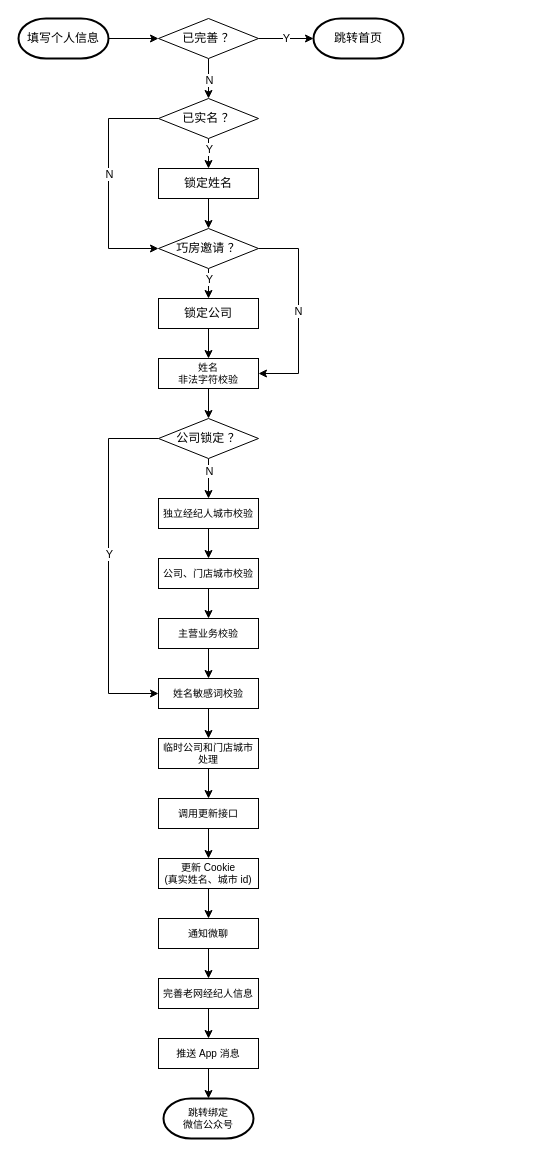
This is 58/注册-完善信息.drawio from Y130/draw.io, a draw.io file, before an edit. Source tidied: cells renumbered, new cells numbered last; positions are measured from the earlier drawing's top-left corner, leaving out a move shared by most shapes. Both pictures are drawn from the tidied source at 100%, with x=0, y=0 at pixel (18, 18).
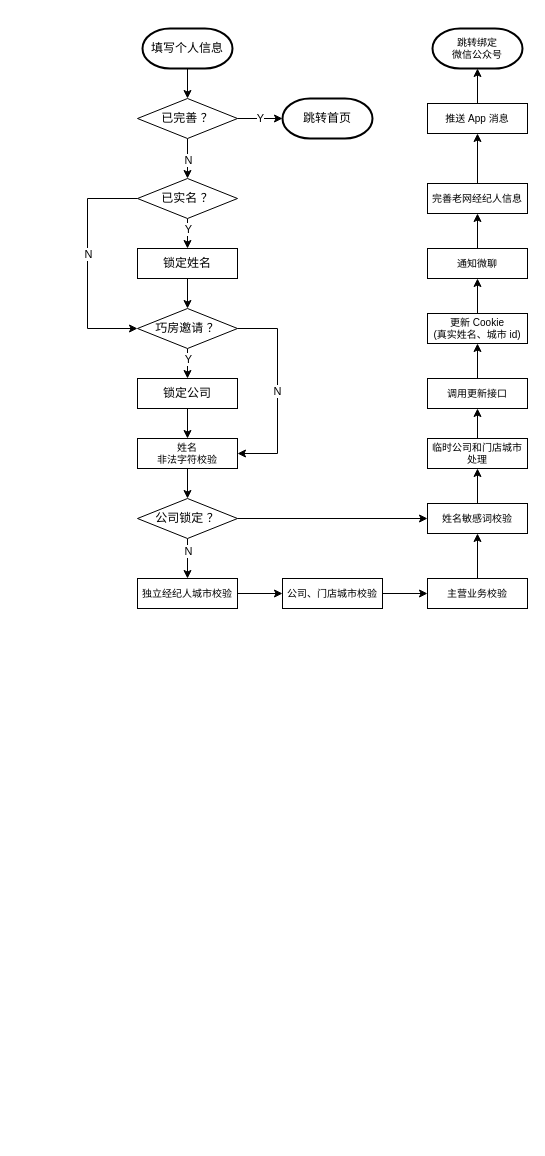
The same page after the edit.

Commit message (it also covers changes not shown here):
更新注册-完善信息.drawio

Diff of the diagram source:
```diff
@@
-<mxGraphModel>
+<mxGraphModel background="#ffffff">
@@
-    <mxCell id="2" style="edgeStyle=orthogonalEdgeStyle;rounded=0;jettySize=auto;html=1;entryX=0;entryY=0.5;entryDx=0;entryDy=0;" parent="1" edge="1" source="3" target="8">
+    <mxCell id="2" style="edgeStyle=orthogonalEdgeStyle;rounded=0;jettySize=auto;html=1;" parent="1" edge="1" source="3" target="8">
       <mxGeometry relative="1" as="geometry" />
     </mxCell>
     <mxCell id="3" value="填写个人信息" style="strokeWidth=2;html=1;shape=mxgraph.flowchart.terminator;whiteSpace=wrap;" parent="1" vertex="1">
-      <mxGeometry width="90" height="40" as="geometry" />
+      <mxGeometry x="124" y="10" width="90" height="40" as="geometry" />
     </mxCell>
@@
     <mxCell id="8" value="已完善 ？" style="rhombus;whiteSpace=wrap;html=1;" parent="1" vertex="1">
-      <mxGeometry x="140" width="100" height="40" as="geometry" />
+      <mxGeometry x="119" y="80" width="100" height="40" as="geometry" />
     </mxCell>
     <mxCell id="9" value="跳转首页" style="strokeWidth=2;html=1;shape=mxgraph.flowchart.terminator;whiteSpace=wrap;" parent="1" vertex="1">
-      <mxGeometry x="295" width="90" height="40" as="geometry" />
+      <mxGeometry x="264" y="80" width="90" height="40" as="geometry" />
     </mxCell>
@@
     <mxCell id="12" style="edgeStyle=orthogonalEdgeStyle;rounded=0;jettySize=auto;html=1;entryX=0;entryY=0.5;entryDx=0;entryDy=0;" parent="1" edge="1" source="14" target="20">
       <mxGeometry relative="1" as="geometry">
         <Array as="points">
-          <mxPoint x="90" y="100" />
-          <mxPoint x="90" y="230" />
+          <mxPoint x="69" y="180" />
+          <mxPoint x="69" y="310" />
         </Array>
       </mxGeometry>
     </mxCell>
@@
     <mxCell id="14" value="已实名 ？" style="rhombus;whiteSpace=wrap;html=1;" parent="1" vertex="1">
-      <mxGeometry x="140" y="80" width="100" height="40" as="geometry" />
+      <mxGeometry x="119" y="160" width="100" height="40" as="geometry" />
     </mxCell>
@@
     <mxCell id="16" value="锁定姓名" style="rounded=0;whiteSpace=wrap;html=1;" parent="1" vertex="1">
-      <mxGeometry x="140" y="150" width="100" height="30" as="geometry" />
+      <mxGeometry x="119" y="230" width="100" height="30" as="geometry" />
     </mxCell>
@@
     <mxCell id="19" value="N" style="edgeStyle=orthogonalEdgeStyle;rounded=0;jettySize=auto;html=1;entryX=1;entryY=0.5;entryDx=0;entryDy=0;exitX=1;exitY=0.5;exitDx=0;exitDy=0;" parent="1" edge="1" source="20" target="24">
       <mxGeometry relative="1" as="geometry">
         <Array as="points">
-          <mxPoint x="280" y="230" />
-          <mxPoint x="280" y="355" />
+          <mxPoint x="259" y="310" />
+          <mxPoint x="259" y="435" />
         </Array>
       </mxGeometry>
     </mxCell>
     <mxCell id="20" value="巧房邀请 ？" style="rhombus;whiteSpace=wrap;html=1;" parent="1" vertex="1">
-      <mxGeometry x="140" y="210" width="100" height="40" as="geometry" />
+      <mxGeometry x="119" y="290" width="100" height="40" as="geometry" />
     </mxCell>
@@
     <mxCell id="22" value="锁定公司" style="rounded=0;whiteSpace=wrap;html=1;" parent="1" vertex="1">
-      <mxGeometry x="140" y="280" width="100" height="30" as="geometry" />
+      <mxGeometry x="119" y="360" width="100" height="30" as="geometry" />
     </mxCell>
@@
     <mxCell id="24" value="姓名&lt;br style=&quot;font-size: 10px;&quot;&gt;非法字符校验" style="rounded=0;whiteSpace=wrap;html=1;fontSize=10;" parent="1" vertex="1">
-      <mxGeometry x="140" y="340" width="100" height="30" as="geometry" />
+      <mxGeometry x="119" y="420" width="100" height="30" as="geometry" />
     </mxCell>
-    <mxCell id="25" style="edgeStyle=orthogonalEdgeStyle;rounded=0;jettySize=auto;html=1;entryX=0.5;entryY=0;entryDx=0;entryDy=0;" parent="1" edge="1" source="26" target="33">
+    <mxCell id="25" style="edgeStyle=orthogonalEdgeStyle;rounded=0;jettySize=auto;html=1;entryX=0;entryY=0.5;entryDx=0;entryDy=0;" parent="1" edge="1" source="26" target="33">
       <mxGeometry relative="1" as="geometry" />
     </mxCell>
     <mxCell id="26" value="独立经纪人城市校验" style="rounded=0;whiteSpace=wrap;html=1;fontSize=10;" parent="1" vertex="1">
-      <mxGeometry x="140" y="480" width="100" height="30" as="geometry" />
+      <mxGeometry x="119" y="560" width="100" height="30" as="geometry" />
     </mxCell>
-    <mxCell id="27" style="edgeStyle=orthogonalEdgeStyle;rounded=0;jettySize=auto;html=1;entryX=0.5;entryY=0;entryDx=0;entryDy=0;" parent="1" edge="1" source="31" target="26">
+    <mxCell id="27" style="edgeStyle=orthogonalEdgeStyle;rounded=0;jettySize=auto;html=1;" parent="1" edge="1" source="31" target="26">
       <mxGeometry relative="1" as="geometry" />
     </mxCell>
@@
     <mxCell id="29" style="edgeStyle=orthogonalEdgeStyle;rounded=0;jettySize=auto;html=1;entryX=0;entryY=0.5;entryDx=0;entryDy=0;" parent="1" edge="1" source="31" target="37">
-      <mxGeometry relative="1" as="geometry">
-        <Array as="points">
-          <mxPoint x="90" y="420" />
-          <mxPoint x="90" y="675" />
-        </Array>
-      </mxGeometry>
+      <mxGeometry relative="1" as="geometry" />
     </mxCell>
-    <mxCell id="30" value="Y" style="edgeLabel;html=1;align=center;verticalAlign=middle;" parent="29" vertex="1">
-      <mxGeometry x="0.05" y="2" relative="1" as="geometry">
-        <mxPoint x="-2" y="-21" as="offset" />
-      </mxGeometry>
-    </mxCell>
     <mxCell id="31" value="公司锁定 ？" style="rhombus;whiteSpace=wrap;html=1;" parent="1" vertex="1">
-      <mxGeometry x="140" y="400" width="100" height="40" as="geometry" />
+      <mxGeometry x="119" y="480" width="100" height="40" as="geometry" />
     </mxCell>
-    <mxCell id="32" style="edgeStyle=orthogonalEdgeStyle;rounded=0;jettySize=auto;html=1;" parent="1" edge="1" source="33" target="35">
+    <mxCell id="32" style="edgeStyle=orthogonalEdgeStyle;rounded=0;jettySize=auto;html=1;entryX=0;entryY=0.5;entryDx=0;entryDy=0;" parent="1" edge="1" source="33" target="35">
       <mxGeometry relative="1" as="geometry" />
     </mxCell>
     <mxCell id="33" value="公司、门店城市校验" style="rounded=0;whiteSpace=wrap;html=1;fontSize=10;" parent="1" vertex="1">
-      <mxGeometry x="140" y="540" width="100" height="30" as="geometry" />
+      <mxGeometry x="264" y="560" width="100" height="30" as="geometry" />
     </mxCell>
-    <mxCell id="34" style="edgeStyle=orthogonalEdgeStyle;rounded=0;jettySize=auto;html=1;entryX=0.5;entryY=0;entryDx=0;entryDy=0;" parent="1" edge="1" source="35" target="37">
+    <mxCell id="34" style="edgeStyle=orthogonalEdgeStyle;rounded=0;jettySize=auto;html=1;entryX=0.5;entryY=1;entryDx=0;entryDy=0;" parent="1" edge="1" source="35" target="37">
       <mxGeometry relative="1" as="geometry" />
     </mxCell>
     <mxCell id="35" value="主营业务校验" style="rounded=0;whiteSpace=wrap;html=1;fontSize=10;" parent="1" vertex="1">
-      <mxGeometry x="140" y="600" width="100" height="30" as="geometry" />
+      <mxGeometry x="409" y="560" width="100" height="30" as="geometry" />
     </mxCell>
-    <mxCell id="36" style="edgeStyle=orthogonalEdgeStyle;rounded=0;jettySize=auto;html=1;entryX=0.5;entryY=0;entryDx=0;entryDy=0;" parent="1" edge="1" source="37" target="39">
+    <mxCell id="36" style="edgeStyle=orthogonalEdgeStyle;rounded=0;jettySize=auto;html=1;exitX=0.5;exitY=0;exitDx=0;exitDy=0;entryX=0.5;entryY=1;entryDx=0;entryDy=0;" parent="1" edge="1" source="37" target="39">
       <mxGeometry relative="1" as="geometry" />
     </mxCell>
     <mxCell id="37" value="姓名敏感词校验" style="rounded=0;whiteSpace=wrap;html=1;fontSize=10;" parent="1" vertex="1">
-      <mxGeometry x="140" y="660" width="100" height="30" as="geometry" />
+      <mxGeometry x="409" y="485" width="100" height="30" as="geometry" />
     </mxCell>
-    <mxCell id="38" style="edgeStyle=orthogonalEdgeStyle;rounded=0;jettySize=auto;html=1;exitX=0.5;exitY=1;exitDx=0;exitDy=0;entryX=0.5;entryY=0;entryDx=0;entryDy=0;" parent="1" edge="1" source="39" target="41">
+    <mxCell id="38" style="edgeStyle=orthogonalEdgeStyle;rounded=0;jettySize=auto;html=1;entryX=0.5;entryY=1;entryDx=0;entryDy=0;" parent="1" edge="1" source="39" target="41">
       <mxGeometry relative="1" as="geometry" />
     </mxCell>
     <mxCell id="39" value="临时公司和门店城市处理" style="rounded=0;whiteSpace=wrap;html=1;fontSize=10;" parent="1" vertex="1">
-      <mxGeometry x="140" y="720" width="100" height="30" as="geometry" />
+      <mxGeometry x="409" y="420" width="100" height="30" as="geometry" />
     </mxCell>
-    <mxCell id="40" style="edgeStyle=orthogonalEdgeStyle;rounded=0;jettySize=auto;html=1;entryX=0.5;entryY=0;entryDx=0;entryDy=0;" parent="1" edge="1" source="41" target="43">
+    <mxCell id="40" style="edgeStyle=orthogonalEdgeStyle;rounded=0;jettySize=auto;html=1;entryX=0.5;entryY=1;entryDx=0;entryDy=0;" parent="1" edge="1" source="41" target="43">
       <mxGeometry relative="1" as="geometry" />
     </mxCell>
     <mxCell id="41" value="调用更新接口" style="rounded=0;whiteSpace=wrap;html=1;fontSize=10;" parent="1" vertex="1">
-      <mxGeometry x="140" y="780" width="100" height="30" as="geometry" />
+      <mxGeometry x="409" y="360" width="100" height="30" as="geometry" />
     </mxCell>
-    <mxCell id="42" style="edgeStyle=orthogonalEdgeStyle;rounded=0;jettySize=auto;html=1;entryX=0.5;entryY=0;entryDx=0;entryDy=0;" parent="1" edge="1" source="43" target="45">
+    <mxCell id="42" style="edgeStyle=orthogonalEdgeStyle;rounded=0;jettySize=auto;html=1;entryX=0.5;entryY=1;entryDx=0;entryDy=0;" parent="1" edge="1" source="43" target="45">
       <mxGeometry relative="1" as="geometry" />
     </mxCell>
     <mxCell id="43" value="更新 Cookie&lt;br&gt;(真实姓名、城市 id)" style="rounded=0;whiteSpace=wrap;html=1;fontSize=10;" parent="1" vertex="1">
-      <mxGeometry x="140" y="840" width="100" height="30" as="geometry" />
+      <mxGeometry x="409" y="295" width="100" height="30" as="geometry" />
     </mxCell>
-    <mxCell id="44" style="edgeStyle=orthogonalEdgeStyle;rounded=0;jettySize=auto;html=1;" parent="1" edge="1" source="45" target="47">
+    <mxCell id="44" style="edgeStyle=orthogonalEdgeStyle;rounded=0;jettySize=auto;html=1;entryX=0.5;entryY=1;entryDx=0;entryDy=0;" parent="1" edge="1" source="45" target="47">
       <mxGeometry relative="1" as="geometry" />
     </mxCell>
     <mxCell id="45" value="通知微聊" style="rounded=0;whiteSpace=wrap;html=1;fontSize=10;" parent="1" vertex="1">
-      <mxGeometry x="140" y="900" width="100" height="30" as="geometry" />
+      <mxGeometry x="409" y="230" width="100" height="30" as="geometry" />
     </mxCell>
-    <mxCell id="46" style="edgeStyle=orthogonalEdgeStyle;rounded=0;jettySize=auto;html=1;entryX=0.5;entryY=0;entryDx=0;entryDy=0;" parent="1" edge="1" source="47" target="49">
+    <mxCell id="46" style="edgeStyle=orthogonalEdgeStyle;rounded=0;jettySize=auto;html=1;entryX=0.5;entryY=1;entryDx=0;entryDy=0;" parent="1" edge="1" source="47" target="49">
       <mxGeometry relative="1" as="geometry" />
     </mxCell>
     <mxCell id="47" value="完善老网经纪人信息" style="rounded=0;whiteSpace=wrap;html=1;fontSize=10;" parent="1" vertex="1">
-      <mxGeometry x="140" y="960" width="100" height="30" as="geometry" />
+      <mxGeometry x="409" y="165" width="100" height="30" as="geometry" />
     </mxCell>
@@
     <mxCell id="49" value="推送 App 消息" style="rounded=0;whiteSpace=wrap;html=1;fontSize=10;" parent="1" vertex="1">
-      <mxGeometry x="140" y="1020" width="100" height="30" as="geometry" />
+      <mxGeometry x="409" y="85" width="100" height="30" as="geometry" />
     </mxCell>
     <mxCell id="50" value="跳转绑定&lt;br style=&quot;font-size: 10px;&quot;&gt;微信公众号" style="strokeWidth=2;html=1;shape=mxgraph.flowchart.terminator;whiteSpace=wrap;fontSize=10;" parent="1" vertex="1">
-      <mxGeometry x="145" y="1080" width="90" height="40" as="geometry" />
+      <mxGeometry x="414" y="10" width="90" height="40" as="geometry" />
     </mxCell>
```
